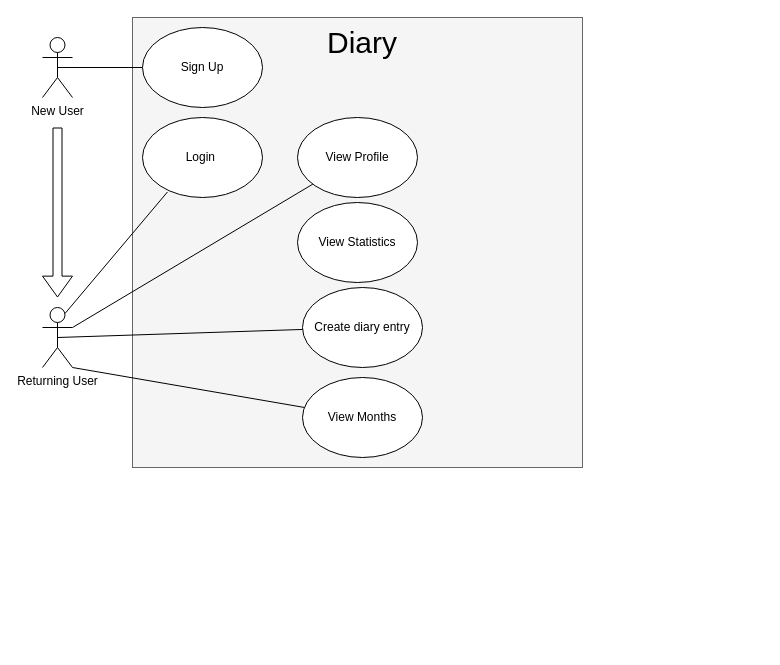
Before: myDiary.drawio in myDiarycp/backend, a draw.io diagram. Source tidied: cells renumbered, new cells numbered last; positions are measured from the earlier drawing's top-left corner, leaving out a move shared by most shapes. Both pictures are drawn from the tidied source at 100%, with x=0, y=0 at pixel (42, 17).
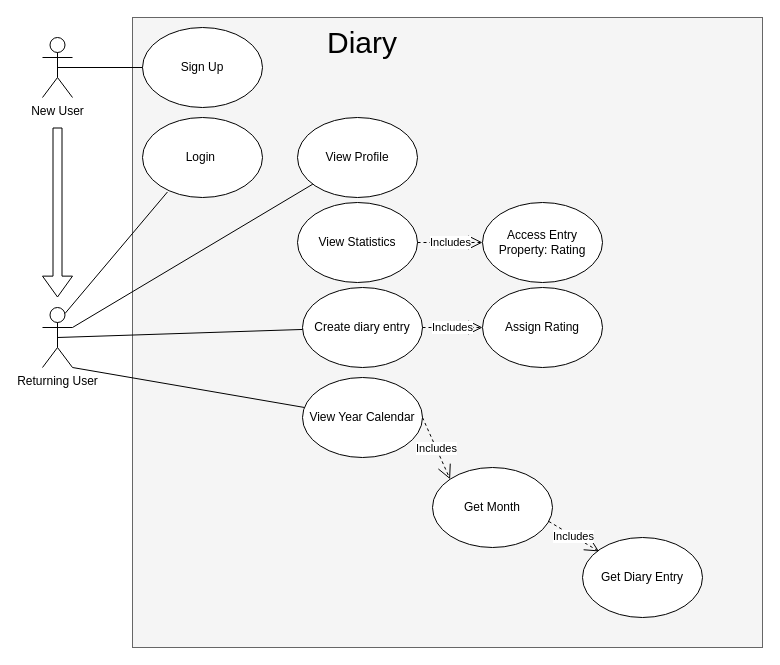
The same page after the edit.

Unchanged cells that the change refers to:
```xml
<mxCell id="5" value="Create diary entry" style="ellipse;whiteSpace=wrap;html=1;" parent="1" vertex="1">
  <mxGeometry x="260" y="270" width="120" height="80" as="geometry" />
</mxCell>
<mxCell id="14" value="View Statistics" style="ellipse;whiteSpace=wrap;html=1;" parent="1" vertex="1">
  <mxGeometry x="255" y="185" width="120" height="80" as="geometry" />
</mxCell>
```

The edit, as a diff of the source:
```diff
@@
     <mxCell id="2" style="whiteSpace=wrap;html=1;fillColor=#f5f5f5;fontColor=#333333;strokeColor=#666666;" parent="1" vertex="1">
-      <mxGeometry x="90" width="450" height="450" as="geometry" />
+      <mxGeometry x="90" width="630" height="630" as="geometry" />
     </mxCell>
@@
-    <mxCell id="7" value="View Months" style="ellipse;whiteSpace=wrap;html=1;" parent="1" vertex="1">
+    <mxCell id="7" value="View Year Calendar" style="ellipse;whiteSpace=wrap;html=1;" parent="1" vertex="1">
       <mxGeometry x="260" y="360" width="120" height="80" as="geometry" />
     </mxCell>
@@
+    <mxCell id="18" value="Get Month" style="ellipse;whiteSpace=wrap;html=1;" parent="1" vertex="1">
+      <mxGeometry x="390" y="450" width="120" height="80" as="geometry" />
+    </mxCell>
+    <mxCell id="19" value="Get Diary Entry" style="ellipse;whiteSpace=wrap;html=1;" parent="1" vertex="1">
+      <mxGeometry x="540" y="520" width="120" height="80" as="geometry" />
+    </mxCell>
+    <mxCell id="20" value="Includes" style="endArrow=open;endSize=12;dashed=1;html=1;rounded=0;exitX=0.969;exitY=0.674;exitDx=0;exitDy=0;exitPerimeter=0;entryX=0.138;entryY=0.174;entryDx=0;entryDy=0;entryPerimeter=0;" parent="1" edge="1" source="18" target="19">
+      <mxGeometry relative="1" as="geometry" />
+    </mxCell>
+    <mxCell id="21" value="Includes" style="endArrow=open;endSize=12;dashed=1;html=1;rounded=0;exitX=1;exitY=0.5;exitDx=0;exitDy=0;entryX=0;entryY=0;entryDx=0;entryDy=0;" parent="1" edge="1" source="7" target="18">
+      <mxGeometry relative="1" as="geometry" />
+    </mxCell>
+    <mxCell id="22" value="Assign Rating" style="ellipse;whiteSpace=wrap;html=1;" parent="1" vertex="1">
+      <mxGeometry x="440" y="270" width="120" height="80" as="geometry" />
+    </mxCell>
+    <mxCell id="23" value="Includes" style="endArrow=open;endSize=12;dashed=1;html=1;rounded=0;exitX=1;exitY=0.5;exitDx=0;exitDy=0;entryX=0;entryY=0.5;entryDx=0;entryDy=0;" parent="1" edge="1" source="5" target="22">
+      <mxGeometry relative="1" as="geometry" />
+    </mxCell>
+    <mxCell id="24" value="Access Entry Property: Rating" style="ellipse;whiteSpace=wrap;html=1;" parent="1" vertex="1">
+      <mxGeometry x="440" y="185" width="120" height="80" as="geometry" />
+    </mxCell>
+    <mxCell id="25" value="Includes" style="endArrow=open;endSize=12;dashed=1;html=1;rounded=0;exitX=1;exitY=0.5;exitDx=0;exitDy=0;entryX=0;entryY=0.5;entryDx=0;entryDy=0;" parent="1" edge="1" source="14" target="24">
+      <mxGeometry relative="1" as="geometry" />
+    </mxCell>
```
